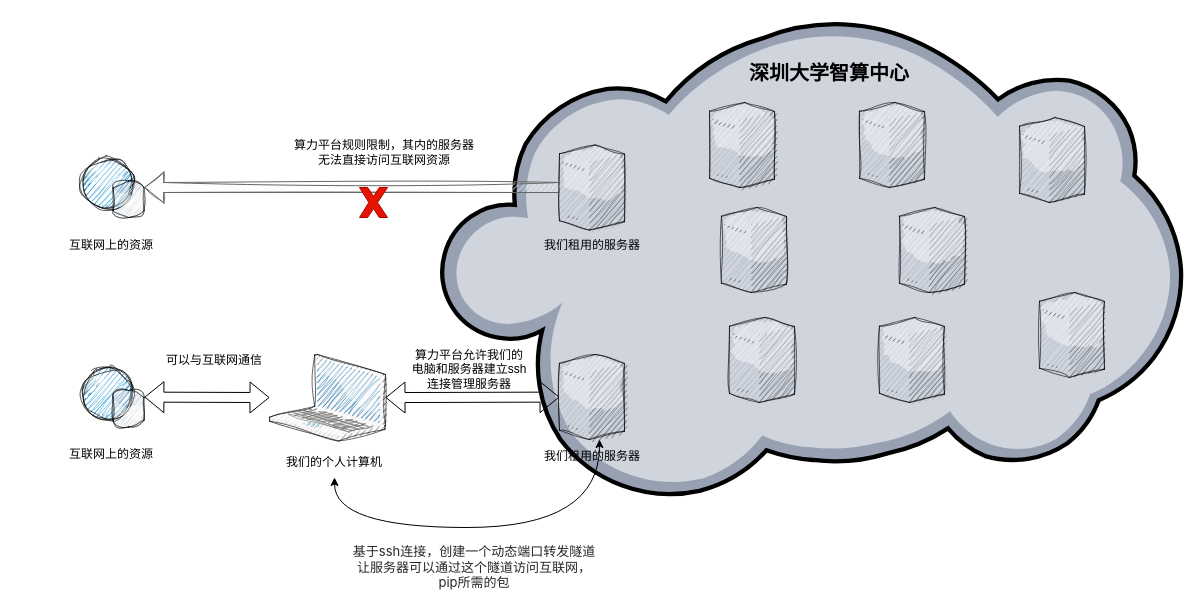
This is ssh反向代理.drawio from 177-Liukuan/MyPicture, a draw.io file, before an edit. Source tidied: cells renumbered, new cells numbered last; positions are measured from the earlier drawing's top-left corner, leaving out a move shared by most shapes. Both pictures are drawn from the tidied source at 100%, with x=0, y=0 at pixel (16, 17).
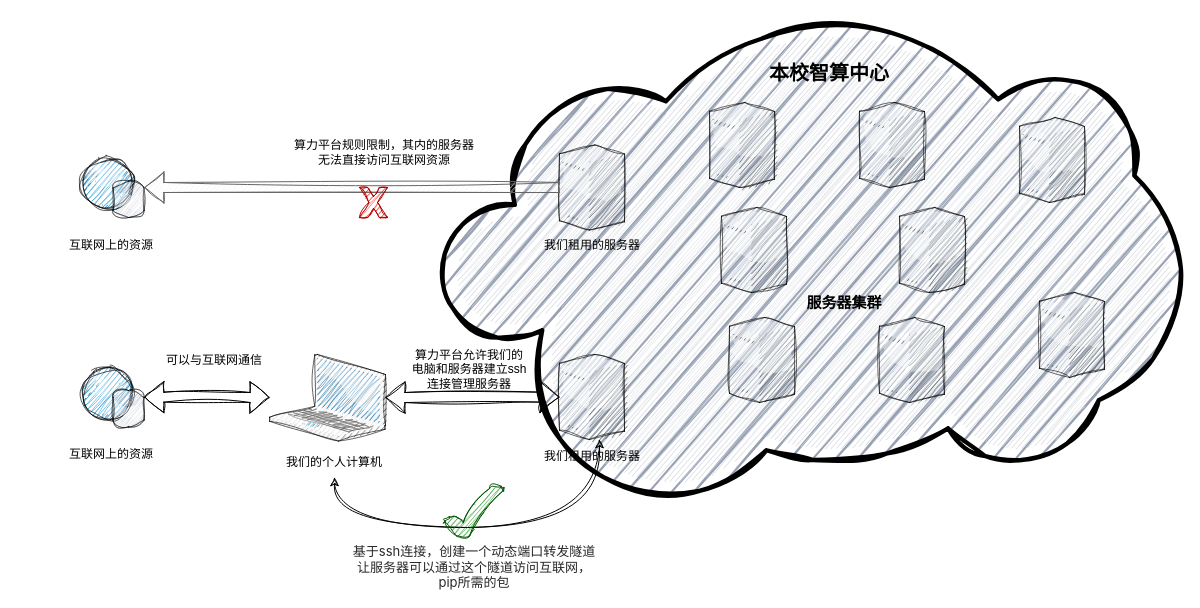
The same page after the edit.

Commit message (it also covers changes not shown here):
更新ssh反向代理.drawio

Unchanged cells that the change refers to:
```xml
<mxCell id="5" style="verticalLabelPosition=bottom;sketch=1;html=1;verticalAlign=top;strokeColor=none;align=center;outlineConnect=0;shape=mxgraph.citrix.geolocation_database;curveFitting=1;jiggle=2;" parent="1" vertex="1">
  <mxGeometry x="63" y="349.5" width="64.9" height="60" as="geometry" />
</mxCell>
<mxCell id="6" style="verticalLabelPosition=bottom;sketch=1;html=1;verticalAlign=top;strokeColor=none;align=center;outlineConnect=0;shape=mxgraph.citrix.laptop_2;curveFitting=1;jiggle=2;" parent="1" vertex="1">
  <mxGeometry x="253" y="337" width="116" height="86.5" as="geometry" />
</mxCell>
<mxCell id="7" style="verticalLabelPosition=bottom;sketch=1;html=1;verticalAlign=top;strokeColor=none;align=center;outlineConnect=0;shape=mxgraph.citrix.license_server;curveFitting=1;jiggle=2;" parent="1" vertex="1">
  <mxGeometry x="543" y="337" width="65" height="85" as="geometry" />
</mxCell>
```

What changed in the source:
```diff
@@
-    <mxCell id="2" style="verticalLabelPosition=bottom;sketch=0;html=1;verticalAlign=top;strokeColor=none;align=center;shape=mxgraph.citrix.cloud;shadow=0;" parent="1" vertex="1">
+    <mxCell id="2" style="verticalLabelPosition=bottom;sketch=1;html=1;verticalAlign=top;strokeColor=none;align=center;shape=mxgraph.citrix.cloud;shadow=0;curveFitting=1;jiggle=2;" parent="1" vertex="1">
       <mxGeometry x="423" width="743.1" height="485" as="geometry" />
     </mxCell>
@@
-    <mxCell id="9" value="算力平台规则限制，其内的服务器无法直接访问互联网资源" style="text;html=1;align=center;verticalAlign=middle;whiteSpace=wrap;rounded=0;" parent="1" vertex="1">
+    <mxCell id="9" value="算力平台规则限制，其内的服务器无法直接访问互联网资源" style="text;html=1;align=center;verticalAlign=middle;whiteSpace=wrap;rounded=0;sketch=1;curveFitting=1;jiggle=2;" parent="1" vertex="1">
       <mxGeometry x="273" y="120" width="190" height="30" as="geometry" />
     </mxCell>
-    <mxCell id="10" style="verticalLabelPosition=bottom;verticalAlign=top;html=1;shape=mxgraph.basic.x;fillColor=#e51400;strokeColor=#B20000;fontColor=#ffffff;" parent="1" vertex="1">
+    <mxCell id="10" style="verticalLabelPosition=bottom;verticalAlign=top;html=1;shape=mxgraph.basic.x;fillColor=#e51400;strokeColor=#B20000;fontColor=#ffffff;sketch=1;curveFitting=1;jiggle=2;" parent="1" vertex="1">
       <mxGeometry x="343" y="170" width="28" height="30" as="geometry" />
     </mxCell>
@@
-    <mxCell id="19" value="&lt;font style=&quot;font-size: 20px;&quot;&gt;&lt;b&gt;深圳大学智算中心&lt;/b&gt;&lt;/font&gt;" style="text;html=1;align=center;verticalAlign=middle;whiteSpace=wrap;rounded=0;" parent="1" vertex="1">
+    <mxCell id="19" value="&lt;font style=&quot;font-size: 20px;&quot;&gt;&lt;b&gt;本校智算中心&lt;/b&gt;&lt;/font&gt;" style="text;html=1;align=center;verticalAlign=middle;whiteSpace=wrap;rounded=0;sketch=1;curveFitting=1;jiggle=2;" parent="1" vertex="1">
       <mxGeometry x="718" y="40" width="190" height="30" as="geometry" />
     </mxCell>
-    <mxCell id="20" value="我们租用的服务器" style="text;html=1;align=center;verticalAlign=middle;whiteSpace=wrap;rounded=0;" parent="1" vertex="1">
+    <mxCell id="20" value="我们租用的服务器" style="text;html=1;align=center;verticalAlign=middle;whiteSpace=wrap;rounded=0;sketch=1;curveFitting=1;jiggle=2;" parent="1" vertex="1">
       <mxGeometry x="480.5" y="212.5" width="190" height="30" as="geometry" />
     </mxCell>
-    <mxCell id="21" value="我们租用的服务器" style="text;html=1;align=center;verticalAlign=middle;whiteSpace=wrap;rounded=0;" parent="1" vertex="1">
+    <mxCell id="21" value="我们租用的服务器" style="text;html=1;align=center;verticalAlign=middle;whiteSpace=wrap;rounded=0;sketch=1;curveFitting=1;jiggle=2;" parent="1" vertex="1">
       <mxGeometry x="480.5" y="423.5" width="190" height="30" as="geometry" />
     </mxCell>
-    <mxCell id="22" value="我们的个人计算机" style="text;html=1;align=center;verticalAlign=middle;whiteSpace=wrap;rounded=0;" parent="1" vertex="1">
+    <mxCell id="22" value="我们的个人计算机" style="text;html=1;align=center;verticalAlign=middle;whiteSpace=wrap;rounded=0;sketch=1;curveFitting=1;jiggle=2;" parent="1" vertex="1">
       <mxGeometry x="223" y="430" width="190" height="30" as="geometry" />
     </mxCell>
-    <mxCell id="23" value="互联网上的资源" style="text;html=1;align=center;verticalAlign=middle;whiteSpace=wrap;rounded=0;" parent="1" vertex="1">
+    <mxCell id="23" value="互联网上的资源" style="text;html=1;align=center;verticalAlign=middle;whiteSpace=wrap;rounded=0;sketch=1;curveFitting=1;jiggle=2;" parent="1" vertex="1">
       <mxGeometry x="0.4" y="422" width="190" height="30" as="geometry" />
     </mxCell>
-    <mxCell id="24" value="互联网上的资源" style="text;html=1;align=center;verticalAlign=middle;whiteSpace=wrap;rounded=0;" parent="1" vertex="1">
+    <mxCell id="24" value="互联网上的资源" style="text;html=1;align=center;verticalAlign=middle;whiteSpace=wrap;rounded=0;sketch=1;curveFitting=1;jiggle=2;" parent="1" vertex="1">
       <mxGeometry x="0.4" y="212.5" width="190" height="30" as="geometry" />
     </mxCell>
-    <mxCell id="25" style="shape=flexArrow;endArrow=classic;startArrow=classic;html=1;rounded=0;" parent="1" edge="1" source="6" target="7">
+    <mxCell id="25" style="shape=flexArrow;endArrow=classic;startArrow=classic;html=1;rounded=0;sketch=1;curveFitting=1;jiggle=2;" parent="1" edge="1" source="6" target="7">
       <mxGeometry relative="1" as="geometry" />
     </mxCell>
-    <mxCell id="26" value="算力平台允许我们的电脑和服务器建立ssh连接管理服务器" style="text;html=1;align=center;verticalAlign=middle;whiteSpace=wrap;rounded=0;" parent="1" vertex="1">
+    <mxCell id="26" value="算力平台允许我们的电脑和服务器建立ssh连接管理服务器" style="text;html=1;align=center;verticalAlign=middle;whiteSpace=wrap;rounded=0;sketch=1;curveFitting=1;jiggle=2;" parent="1" vertex="1">
       <mxGeometry x="393" y="337" width="120" height="30" as="geometry" />
     </mxCell>
-    <mxCell id="27" style="shape=flexArrow;endArrow=classic;startArrow=classic;html=1;rounded=0;" parent="1" edge="1" source="5" target="6">
+    <mxCell id="27" style="shape=flexArrow;endArrow=classic;startArrow=classic;html=1;rounded=0;sketch=1;curveFitting=1;jiggle=2;" parent="1" edge="1" source="5" target="6">
       <mxGeometry relative="1" as="geometry" />
     </mxCell>
-    <mxCell id="28" value="可以与互联网通信" style="text;html=1;align=center;verticalAlign=middle;whiteSpace=wrap;rounded=0;" parent="1" vertex="1">
+    <mxCell id="28" value="可以与互联网通信" style="text;html=1;align=center;verticalAlign=middle;whiteSpace=wrap;rounded=0;sketch=1;curveFitting=1;jiggle=2;" parent="1" vertex="1">
       <mxGeometry x="103" y="327.5" width="190" height="30" as="geometry" />
     </mxCell>
-    <mxCell id="29" style="endArrow=classic;html=1;rounded=0;entryX=0.5;entryY=1;entryDx=0;entryDy=0;edgeStyle=orthogonalEdgeStyle;curved=1;startArrow=classic;startFill=1;" parent="1" edge="1" source="7" target="22">
+    <mxCell id="29" style="endArrow=classic;html=1;rounded=0;entryX=0.5;entryY=1;entryDx=0;entryDy=0;edgeStyle=orthogonalEdgeStyle;curved=1;startArrow=classic;startFill=1;sketch=1;curveFitting=1;jiggle=2;" parent="1" edge="1" source="7" target="22">
       <mxGeometry relative="1" as="geometry">
         <Array as="points">
           <mxPoint x="583" y="510" />
           <mxPoint x="318" y="510" />
         </Array>
       </mxGeometry>
     </mxCell>
-    <mxCell id="30" value="&lt;span style=&quot;color: rgba(0, 0, 0, 0.85); font-family: Inter, -apple-system, BlinkMacSystemFont, &amp;quot;Segoe UI&amp;quot;, &amp;quot;PingFang SC&amp;quot;, &amp;quot;Hiragino Sans GB&amp;quot;, &amp;quot;Microsoft YaHei&amp;quot;, &amp;quot;Helvetica Neue&amp;quot;, Helvetica, Arial, sans-serif; font-style: normal; font-variant-ligatures: normal; font-variant-caps: normal; font-weight: 400; letter-spacing: normal; orphans: 2; text-indent: 0px; text-transform: none; widows: 2; word-spacing: 0px; -webkit-text-stroke-width: 0px; white-space: normal; background-color: rgb(255, 255, 255); text-decoration-thickness: initial; text-decoration-style: initial; text-decoration-color: initial; float: none; display: inline !important;&quot;&gt;&lt;font style=&quot;font-size: 13px;&quot;&gt;基于ssh连接，创建一个动态端口转发隧道让服务器可以通过这个隧道访问互联网，pip所需的包&lt;/font&gt;&lt;/span&gt;" style="text;whiteSpace=wrap;html=1;align=center;" parent="1" vertex="1">
+    <mxCell id="30" value="&lt;span style=&quot;color: rgba(0, 0, 0, 0.85); font-family: Inter, -apple-system, BlinkMacSystemFont, &amp;quot;Segoe UI&amp;quot;, &amp;quot;PingFang SC&amp;quot;, &amp;quot;Hiragino Sans GB&amp;quot;, &amp;quot;Microsoft YaHei&amp;quot;, &amp;quot;Helvetica Neue&amp;quot;, Helvetica, Arial, sans-serif; font-style: normal; font-variant-ligatures: normal; font-variant-caps: normal; font-weight: 400; letter-spacing: normal; orphans: 2; text-indent: 0px; text-transform: none; widows: 2; word-spacing: 0px; -webkit-text-stroke-width: 0px; white-space: normal; background-color: rgb(255, 255, 255); text-decoration-thickness: initial; text-decoration-style: initial; text-decoration-color: initial; float: none; display: inline !important;&quot;&gt;&lt;font style=&quot;font-size: 13px;&quot;&gt;基于ssh连接，创建一个动态端口转发隧道让服务器可以通过这个隧道访问互联网，pip所需的包&lt;/font&gt;&lt;/span&gt;" style="text;whiteSpace=wrap;html=1;align=center;sketch=1;curveFitting=1;jiggle=2;" parent="1" vertex="1">
       <mxGeometry x="333" y="520" width="250" height="40" as="geometry" />
     </mxCell>
+    <mxCell id="31" style="verticalLabelPosition=bottom;verticalAlign=top;html=1;shape=mxgraph.basic.tick;fillColor=#008a00;strokeColor=#005700;sketch=1;curveFitting=1;jiggle=2;fontColor=#ffffff;" parent="1" vertex="1">
+      <mxGeometry x="428" y="468" width="60" height="52" as="geometry" />
+    </mxCell>
+    <mxCell id="32" value="&lt;font style=&quot;font-size: 15px;&quot;&gt;&lt;b&gt;服务器集群&lt;/b&gt;&lt;/font&gt;" style="text;html=1;align=center;verticalAlign=middle;whiteSpace=wrap;rounded=0;sketch=1;curveFitting=1;jiggle=2;" parent="1" vertex="1">
+      <mxGeometry x="733" y="270" width="190" height="30" as="geometry" />
+    </mxCell>
```
